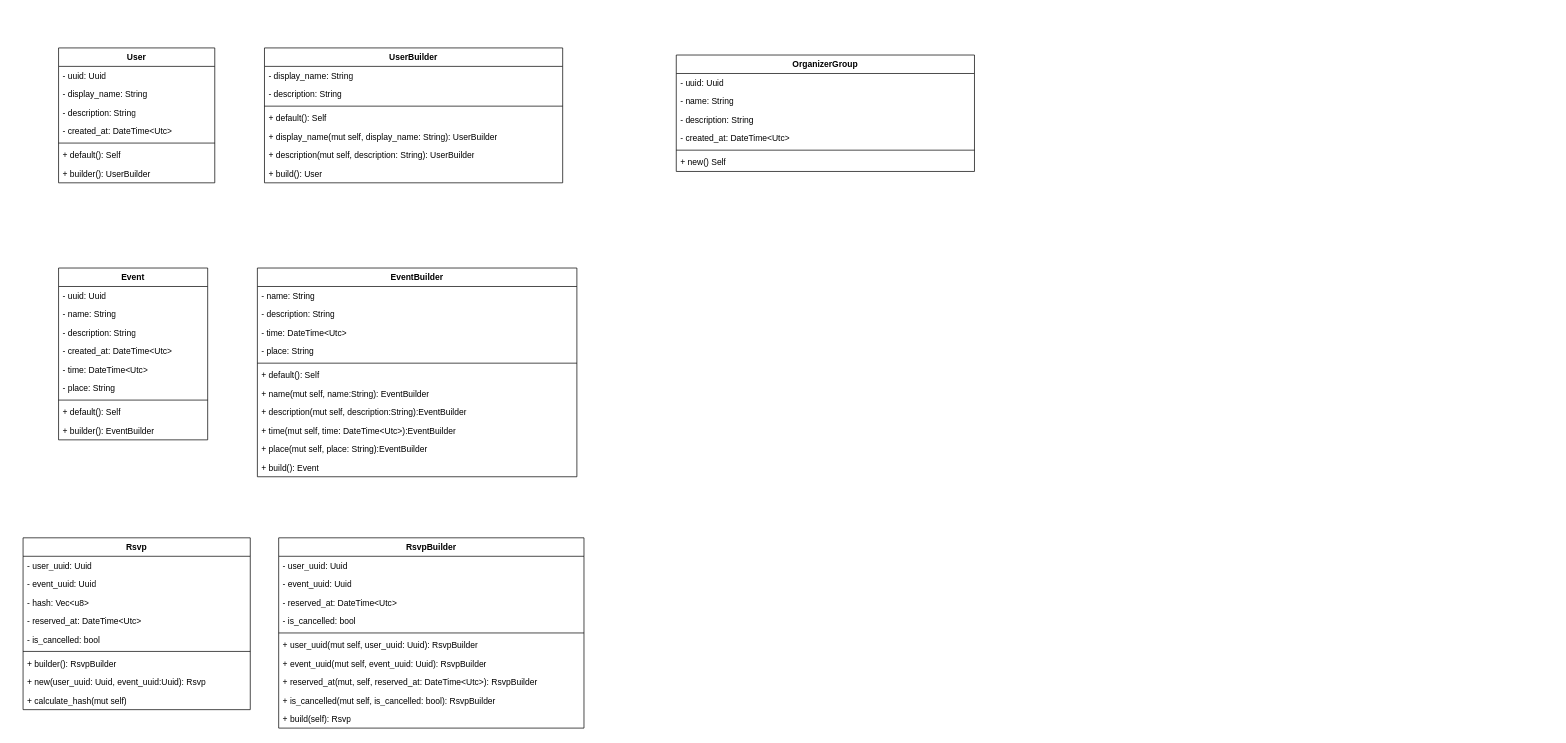
The draw.io diagram docs/diagrams/class/diagram-class.es.drawio in a-mayb3/group_n_meet_backend, before the edit. Source tidied: cells renumbered, new cells numbered last; positions are measured from the earlier drawing's top-left corner, leaving out a move shared by most shapes. Both pictures are drawn from the tidied source at 71%, with x=0, y=0 at pixel (23, 48).
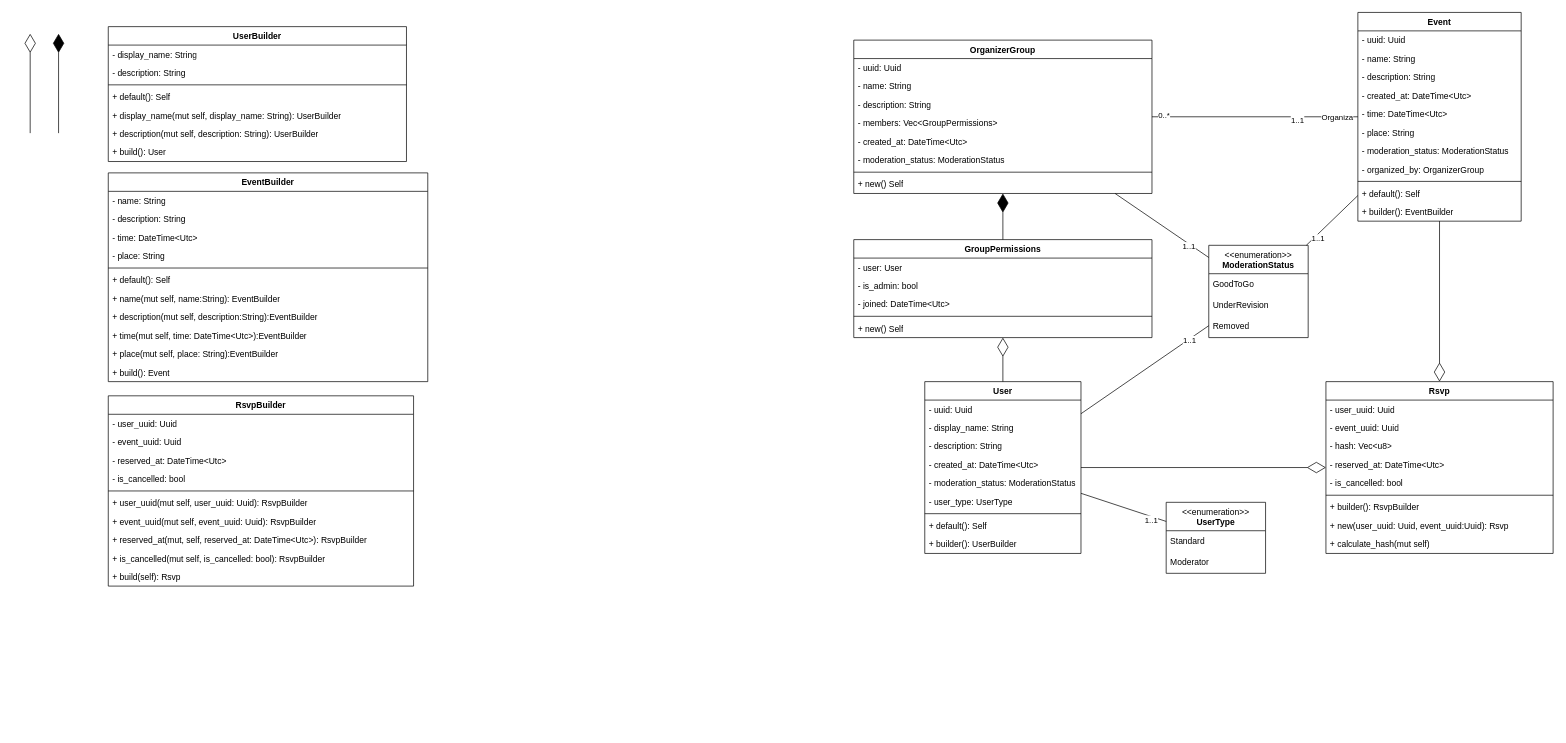
After the change.

Commit message:
Connected already present classes to each other according to their relations and added some additional enums

Change to the diagram source:
```diff
@@
     <mxCell id="2" value="User" style="swimlane;fontStyle=1;align=center;verticalAlign=top;horizontal=1;startSize=26;whiteSpace=wrap;html=1;" parent="1" vertex="1">
-      <mxGeometry x="50" width="220" height="190" as="geometry" />
+      <mxGeometry x="1270" y="470" width="220" height="242" as="geometry" />
     </mxCell>
@@
+    <mxCell id="68" value="- moderation_status: ModerationStatus" style="text;strokeColor=none;fillColor=none;align=left;verticalAlign=top;spacingLeft=4;spacingRight=4;overflow=hidden;whiteSpace=wrap;html=1;" parent="2" vertex="1">
+      <mxGeometry y="130" width="220" height="26" as="geometry" />
+    </mxCell>
+    <mxCell id="69" value="- user_type: UserType" style="text;strokeColor=none;fillColor=none;align=left;verticalAlign=top;spacingLeft=4;spacingRight=4;overflow=hidden;whiteSpace=wrap;html=1;" parent="2" vertex="1">
+      <mxGeometry y="156" width="220" height="26" as="geometry" />
+    </mxCell>
     <mxCell id="7" style="line;strokeWidth=1;fillColor=none;align=left;verticalAlign=middle;spacingTop=-1;spacingLeft=3;spacingRight=3;labelPosition=right;strokeColor=inherit;" parent="2" vertex="1">
-      <mxGeometry y="130" width="220" height="8" as="geometry" />
+      <mxGeometry y="182" width="220" height="8" as="geometry" />
     </mxCell>
     <mxCell id="8" value="+ default(): Self" style="text;strokeColor=none;fillColor=none;align=left;verticalAlign=top;spacingLeft=4;spacingRight=4;overflow=hidden;whiteSpace=wrap;html=1;" parent="2" vertex="1">
-      <mxGeometry y="138" width="220" height="26" as="geometry" />
+      <mxGeometry y="190" width="220" height="26" as="geometry" />
     </mxCell>
     <mxCell id="9" value="+ builder(): UserBuilder" style="text;strokeColor=none;fillColor=none;align=left;verticalAlign=top;spacingLeft=4;spacingRight=4;overflow=hidden;whiteSpace=wrap;html=1;" parent="2" vertex="1">
-      <mxGeometry y="164" width="220" height="26" as="geometry" />
+      <mxGeometry y="216" width="220" height="26" as="geometry" />
     </mxCell>
     <mxCell id="10" value="UserBuilder" style="swimlane;fontStyle=1;align=center;verticalAlign=top;horizontal=1;startSize=26;whiteSpace=wrap;html=1;" parent="1" vertex="1">
-      <mxGeometry x="340" width="420" height="190" as="geometry" />
+      <mxGeometry x="120" y="-30" width="420" height="190" as="geometry" />
     </mxCell>
@@
     <mxCell id="18" value="OrganizerGroup" style="swimlane;fontStyle=1;align=center;verticalAlign=top;horizontal=1;startSize=26;whiteSpace=wrap;html=1;" parent="1" vertex="1">
-      <mxGeometry x="920" y="10" width="420" height="164" as="geometry" />
+      <mxGeometry x="1170" y="-11" width="420" height="216" as="geometry" />
     </mxCell>
@@
+    <mxCell id="70" value="- members: Vec&amp;lt;GroupPermissions&amp;gt;" style="text;strokeColor=none;fillColor=none;align=left;verticalAlign=top;spacingLeft=4;spacingRight=4;overflow=hidden;whiteSpace=wrap;html=1;" parent="18" vertex="1">
+      <mxGeometry y="104" width="420" height="26" as="geometry" />
+    </mxCell>
     <mxCell id="22" value="- created_at: DateTime&amp;lt;Utc&amp;gt;" style="text;strokeColor=none;fillColor=none;align=left;verticalAlign=top;spacingLeft=4;spacingRight=4;overflow=hidden;whiteSpace=wrap;html=1;" parent="18" vertex="1">
-      <mxGeometry y="104" width="420" height="26" as="geometry" />
+      <mxGeometry y="130" width="420" height="26" as="geometry" />
     </mxCell>
+    <mxCell id="71" value="- moderation_status: ModerationStatus" style="text;strokeColor=none;fillColor=none;align=left;verticalAlign=top;spacingLeft=4;spacingRight=4;overflow=hidden;whiteSpace=wrap;html=1;" parent="18" vertex="1">
+      <mxGeometry y="156" width="420" height="26" as="geometry" />
+    </mxCell>
     <mxCell id="23" style="line;strokeWidth=1;fillColor=none;align=left;verticalAlign=middle;spacingTop=-1;spacingLeft=3;spacingRight=3;labelPosition=right;strokeColor=inherit;" parent="18" vertex="1">
-      <mxGeometry y="130" width="420" height="8" as="geometry" />
+      <mxGeometry y="182" width="420" height="8" as="geometry" />
     </mxCell>
     <mxCell id="24" value="+ new() Self" style="text;strokeColor=none;fillColor=none;align=left;verticalAlign=top;spacingLeft=4;spacingRight=4;overflow=hidden;whiteSpace=wrap;html=1;" parent="18" vertex="1">
-      <mxGeometry y="138" width="420" height="26" as="geometry" />
+      <mxGeometry y="190" width="420" height="26" as="geometry" />
     </mxCell>
+    <mxCell id="72" value="GroupPermissions" style="swimlane;fontStyle=1;align=center;verticalAlign=top;horizontal=1;startSize=26;whiteSpace=wrap;html=1;" parent="1" vertex="1">
+      <mxGeometry x="1170" y="270" width="420" height="138" as="geometry" />
+    </mxCell>
+    <mxCell id="73" value="- user: User" style="text;strokeColor=none;fillColor=none;align=left;verticalAlign=top;spacingLeft=4;spacingRight=4;overflow=hidden;whiteSpace=wrap;html=1;" parent="72" vertex="1">
+      <mxGeometry y="26" width="420" height="26" as="geometry" />
+    </mxCell>
+    <mxCell id="74" value="- is_admin: bool" style="text;strokeColor=none;fillColor=none;align=left;verticalAlign=top;spacingLeft=4;spacingRight=4;overflow=hidden;whiteSpace=wrap;html=1;" parent="72" vertex="1">
+      <mxGeometry y="52" width="420" height="26" as="geometry" />
+    </mxCell>
+    <mxCell id="75" value="- joined: DateTime&amp;lt;Utc&amp;gt;" style="text;strokeColor=none;fillColor=none;align=left;verticalAlign=top;spacingLeft=4;spacingRight=4;overflow=hidden;whiteSpace=wrap;html=1;" parent="72" vertex="1">
+      <mxGeometry y="78" width="420" height="26" as="geometry" />
+    </mxCell>
+    <mxCell id="76" style="line;strokeWidth=1;fillColor=none;align=left;verticalAlign=middle;spacingTop=-1;spacingLeft=3;spacingRight=3;labelPosition=right;strokeColor=inherit;" parent="72" vertex="1">
+      <mxGeometry y="104" width="420" height="8" as="geometry" />
+    </mxCell>
+    <mxCell id="77" value="+ new() Self" style="text;strokeColor=none;fillColor=none;align=left;verticalAlign=top;spacingLeft=4;spacingRight=4;overflow=hidden;whiteSpace=wrap;html=1;" parent="72" vertex="1">
+      <mxGeometry y="112" width="420" height="26" as="geometry" />
+    </mxCell>
     <mxCell id="25" value="Event" style="swimlane;fontStyle=1;align=center;verticalAlign=top;horizontal=1;startSize=26;whiteSpace=wrap;html=1;" parent="1" vertex="1">
-      <mxGeometry x="50" y="310" width="210" height="242" as="geometry" />
+      <mxGeometry x="1880" y="-50" width="230" height="294" as="geometry" />
     </mxCell>
     <mxCell id="26" value="- uuid: Uuid" style="text;strokeColor=none;fillColor=none;align=left;verticalAlign=top;spacingLeft=4;spacingRight=4;overflow=hidden;whiteSpace=wrap;html=1;" parent="25" vertex="1">
-      <mxGeometry y="26" width="210" height="26" as="geometry" />
+      <mxGeometry y="26" width="230" height="26" as="geometry" />
     </mxCell>
     <mxCell id="27" value="- name: String" style="text;strokeColor=none;fillColor=none;align=left;verticalAlign=top;spacingLeft=4;spacingRight=4;overflow=hidden;whiteSpace=wrap;html=1;" parent="25" vertex="1">
-      <mxGeometry y="52" width="210" height="26" as="geometry" />
+      <mxGeometry y="52" width="230" height="26" as="geometry" />
     </mxCell>
     <mxCell id="28" value="- description: String" style="text;strokeColor=none;fillColor=none;align=left;verticalAlign=top;spacingLeft=4;spacingRight=4;overflow=hidden;whiteSpace=wrap;html=1;" parent="25" vertex="1">
-      <mxGeometry y="78" width="210" height="26" as="geometry" />
+      <mxGeometry y="78" width="230" height="26" as="geometry" />
     </mxCell>
     <mxCell id="29" value="- created_at: DateTime&amp;lt;Utc&amp;gt;" style="text;strokeColor=none;fillColor=none;align=left;verticalAlign=top;spacingLeft=4;spacingRight=4;overflow=hidden;whiteSpace=wrap;html=1;" parent="25" vertex="1">
-      <mxGeometry y="104" width="210" height="26" as="geometry" />
+      <mxGeometry y="104" width="230" height="26" as="geometry" />
     </mxCell>
     <mxCell id="30" value="- time: DateTime&amp;lt;Utc&amp;gt;" style="text;strokeColor=none;fillColor=none;align=left;verticalAlign=top;spacingLeft=4;spacingRight=4;overflow=hidden;whiteSpace=wrap;html=1;" parent="25" vertex="1">
-      <mxGeometry y="130" width="210" height="26" as="geometry" />
+      <mxGeometry y="130" width="230" height="26" as="geometry" />
     </mxCell>
     <mxCell id="31" value="- place: String" style="text;strokeColor=none;fillColor=none;align=left;verticalAlign=top;spacingLeft=4;spacingRight=4;overflow=hidden;whiteSpace=wrap;html=1;" parent="25" vertex="1">
-      <mxGeometry y="156" width="210" height="26" as="geometry" />
+      <mxGeometry y="156" width="230" height="26" as="geometry" />
     </mxCell>
+    <mxCell id="78" value="- moderation_status: ModerationStatus" style="text;strokeColor=none;fillColor=none;align=left;verticalAlign=top;spacingLeft=4;spacingRight=4;overflow=hidden;whiteSpace=wrap;html=1;" parent="25" vertex="1">
+      <mxGeometry y="182" width="230" height="26" as="geometry" />
+    </mxCell>
+    <mxCell id="79" value="- organized_by: OrganizerGroup" style="text;strokeColor=none;fillColor=none;align=left;verticalAlign=top;spacingLeft=4;spacingRight=4;overflow=hidden;whiteSpace=wrap;html=1;" parent="25" vertex="1">
+      <mxGeometry y="208" width="230" height="26" as="geometry" />
+    </mxCell>
     <mxCell id="32" style="line;strokeWidth=1;fillColor=none;align=left;verticalAlign=middle;spacingTop=-1;spacingLeft=3;spacingRight=3;labelPosition=right;strokeColor=inherit;" parent="25" vertex="1">
-      <mxGeometry y="182" width="210" height="8" as="geometry" />
+      <mxGeometry y="234" width="230" height="8" as="geometry" />
     </mxCell>
     <mxCell id="33" value="+ default(): Self" style="text;strokeColor=none;fillColor=none;align=left;verticalAlign=top;spacingLeft=4;spacingRight=4;overflow=hidden;whiteSpace=wrap;html=1;" parent="25" vertex="1">
-      <mxGeometry y="190" width="210" height="26" as="geometry" />
+      <mxGeometry y="242" width="230" height="26" as="geometry" />
     </mxCell>
     <mxCell id="34" value="+ builder(): EventBuilder" style="text;strokeColor=none;fillColor=none;align=left;verticalAlign=top;spacingLeft=4;spacingRight=4;overflow=hidden;whiteSpace=wrap;html=1;" parent="25" vertex="1">
-      <mxGeometry y="216" width="210" height="26" as="geometry" />
+      <mxGeometry y="268" width="230" height="26" as="geometry" />
     </mxCell>
     <mxCell id="35" value="Rsvp" style="swimlane;fontStyle=1;align=center;verticalAlign=top;horizontal=1;startSize=26;whiteSpace=wrap;html=1;" parent="1" vertex="1">
-      <mxGeometry y="690" width="320" height="242" as="geometry" />
+      <mxGeometry x="1835" y="470" width="320" height="242" as="geometry" />
     </mxCell>
@@
     <mxCell id="45" value="RsvpBuilder" style="swimlane;fontStyle=1;align=center;verticalAlign=top;horizontal=1;startSize=26;whiteSpace=wrap;html=1;" parent="1" vertex="1">
-      <mxGeometry x="360" y="690" width="430" height="268" as="geometry" />
+      <mxGeometry x="120" y="490" width="430" height="268" as="geometry" />
     </mxCell>
@@
     <mxCell id="56" value="EventBuilder" style="swimlane;fontStyle=1;align=center;verticalAlign=top;horizontal=1;startSize=26;whiteSpace=wrap;html=1;" parent="1" vertex="1">
-      <mxGeometry x="330" y="310" width="450" height="294" as="geometry" />
+      <mxGeometry x="120" y="176" width="450" height="294" as="geometry" />
     </mxCell>
@@
+    <mxCell id="80" value="&amp;lt;&amp;lt;enumeration&amp;gt;&amp;gt;&lt;br&gt;&lt;b&gt;ModerationStatus&lt;/b&gt;" style="swimlane;fontStyle=0;align=center;verticalAlign=top;horizontal=1;startSize=40;html=1;whiteSpace=wrap;" parent="1" vertex="1">
+      <mxGeometry x="1670" y="278" width="140" height="130" as="geometry" />
+    </mxCell>
+    <mxCell id="81" value="GoodToGo" style="text;html=1;strokeColor=none;fillColor=none;align=left;verticalAlign=middle;spacingLeft=4;spacingRight=4;overflow=hidden;whiteSpace=wrap;" parent="80" vertex="1">
+      <mxGeometry y="40" width="140" height="30" as="geometry" />
+    </mxCell>
+    <mxCell id="82" value="UnderRevision" style="text;html=1;strokeColor=none;fillColor=none;align=left;verticalAlign=middle;spacingLeft=4;spacingRight=4;overflow=hidden;whiteSpace=wrap;" parent="80" vertex="1">
+      <mxGeometry y="70" width="140" height="30" as="geometry" />
+    </mxCell>
+    <mxCell id="83" value="Removed" style="text;html=1;strokeColor=none;fillColor=none;align=left;verticalAlign=middle;spacingLeft=4;spacingRight=4;overflow=hidden;whiteSpace=wrap;" parent="80" vertex="1">
+      <mxGeometry y="100" width="140" height="30" as="geometry" />
+    </mxCell>
+    <mxCell id="84" value="&amp;lt;&amp;lt;enumeration&amp;gt;&amp;gt;&lt;br&gt;&lt;b&gt;UserType&lt;/b&gt;" style="swimlane;fontStyle=0;align=center;verticalAlign=top;horizontal=1;startSize=40;html=1;whiteSpace=wrap;" parent="1" vertex="1">
+      <mxGeometry x="1610" y="640" width="140" height="100" as="geometry" />
+    </mxCell>
+    <mxCell id="85" value="Standard" style="text;html=1;strokeColor=none;fillColor=none;align=left;verticalAlign=middle;spacingLeft=4;spacingRight=4;overflow=hidden;whiteSpace=wrap;" parent="84" vertex="1">
+      <mxGeometry y="40" width="140" height="30" as="geometry" />
+    </mxCell>
+    <mxCell id="86" value="Moderator" style="text;html=1;strokeColor=none;fillColor=none;align=left;verticalAlign=middle;spacingLeft=4;spacingRight=4;overflow=hidden;whiteSpace=wrap;" parent="84" vertex="1">
+      <mxGeometry y="70" width="140" height="30" as="geometry" />
+    </mxCell>
+    <mxCell id="87" style="endArrow=diamondThin;endFill=1;endSize=24;html=1;rounded=0;" parent="1" edge="1">
+      <mxGeometry relative="1" as="geometry">
+        <mxPoint x="50" y="120" as="sourcePoint" />
+        <mxPoint x="50" y="-20" as="targetPoint" />
+      </mxGeometry>
+    </mxCell>
+    <mxCell id="88" style="endArrow=diamondThin;endFill=1;endSize=24;html=1;rounded=0;" parent="1" edge="1" source="72" target="18">
+      <mxGeometry relative="1" as="geometry" />
+    </mxCell>
+    <mxCell id="89" style="endArrow=diamondThin;endFill=0;endSize=24;html=1;rounded=0;" parent="1" edge="1">
+      <mxGeometry relative="1" as="geometry">
+        <mxPoint x="10" y="120" as="sourcePoint" />
+        <mxPoint x="10" y="-20" as="targetPoint" />
+      </mxGeometry>
+    </mxCell>
+    <mxCell id="90" style="endArrow=diamondThin;endFill=0;endSize=24;html=1;rounded=0;" parent="1" edge="1" source="25" target="35">
+      <mxGeometry relative="1" as="geometry" />
+    </mxCell>
+    <mxCell id="91" style="endArrow=diamondThin;endFill=0;endSize=24;html=1;rounded=0;" parent="1" edge="1" source="2" target="35">
+      <mxGeometry relative="1" as="geometry" />
+    </mxCell>
+    <mxCell id="92" style="endArrow=diamondThin;endFill=0;endSize=24;html=1;rounded=0;" parent="1" edge="1" source="2" target="72">
+      <mxGeometry relative="1" as="geometry" />
+    </mxCell>
+    <mxCell id="93" style="endArrow=none;html=1;rounded=0;" parent="1" edge="1" source="18" target="25">
+      <mxGeometry relative="1" as="geometry" />
+    </mxCell>
+    <mxCell id="94" value="Organiza" style="edgeLabel;html=1;align=center;verticalAlign=middle;" parent="93" vertex="1">
+      <mxGeometry x="0.79" relative="1" as="geometry" />
+    </mxCell>
+    <mxCell id="95" value="1..1" style="edgeLabel;html=1;align=center;verticalAlign=middle;" parent="93" vertex="1">
+      <mxGeometry x="0.41" y="-4" relative="1" as="geometry" />
+    </mxCell>
+    <mxCell id="96" value="0..*" style="edgeLabel;html=1;align=center;verticalAlign=middle;" parent="93" vertex="1">
+      <mxGeometry x="-0.89" y="3" relative="1" as="geometry" />
+    </mxCell>
+    <mxCell id="97" style="endArrow=none;html=1;rounded=0;" parent="1" edge="1" source="2" target="80">
+      <mxGeometry relative="1" as="geometry" />
+    </mxCell>
+    <mxCell id="98" value="1..1" style="edgeLabel;html=1;align=center;verticalAlign=middle;" parent="97" vertex="1">
+      <mxGeometry x="0.69" y="-1" relative="1" as="geometry" />
+    </mxCell>
+    <mxCell id="99" style="endArrow=none;html=1;rounded=0;" parent="1" edge="1" source="25" target="80">
+      <mxGeometry relative="1" as="geometry" />
+    </mxCell>
+    <mxCell id="100" value="1..1" style="edgeLabel;html=1;align=center;verticalAlign=middle;" parent="99" vertex="1">
+      <mxGeometry x="0.65" y="4" relative="1" as="geometry" />
+    </mxCell>
+    <mxCell id="101" style="endArrow=none;html=1;rounded=0;" parent="1" edge="1" source="80" target="18">
+      <mxGeometry relative="1" as="geometry" />
+    </mxCell>
+    <mxCell id="102" value="1..1" style="edgeLabel;html=1;align=center;verticalAlign=middle;" parent="101" vertex="1">
+      <mxGeometry x="-0.6" y="3" relative="1" as="geometry" />
+    </mxCell>
+    <mxCell id="103" style="endArrow=none;html=1;rounded=0;" parent="1" edge="1" source="84" target="2">
+      <mxGeometry relative="1" as="geometry" />
+    </mxCell>
+    <mxCell id="104" value="1..1" style="edgeLabel;html=1;align=center;verticalAlign=middle;" parent="103" vertex="1">
+      <mxGeometry x="-0.67" y="4" relative="1" as="geometry" />
+    </mxCell>
```
